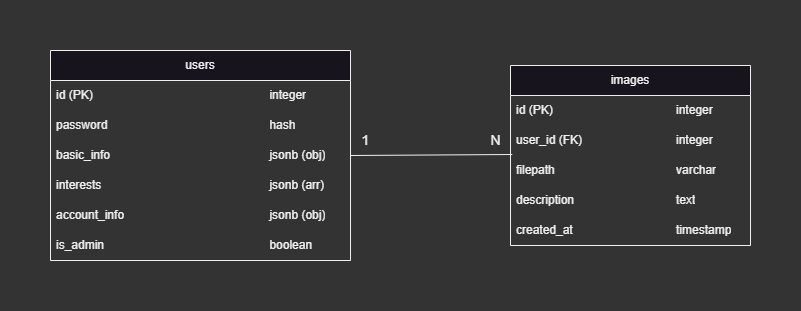
Earlier version of the draw.io export extras/dbSchema.png (FahadulShadhin/instalike-server). Source tidied: cells renumbered, new cells last; positions are measured from the earlier drawing's top-left corner, leaving out a move shared by most shapes.
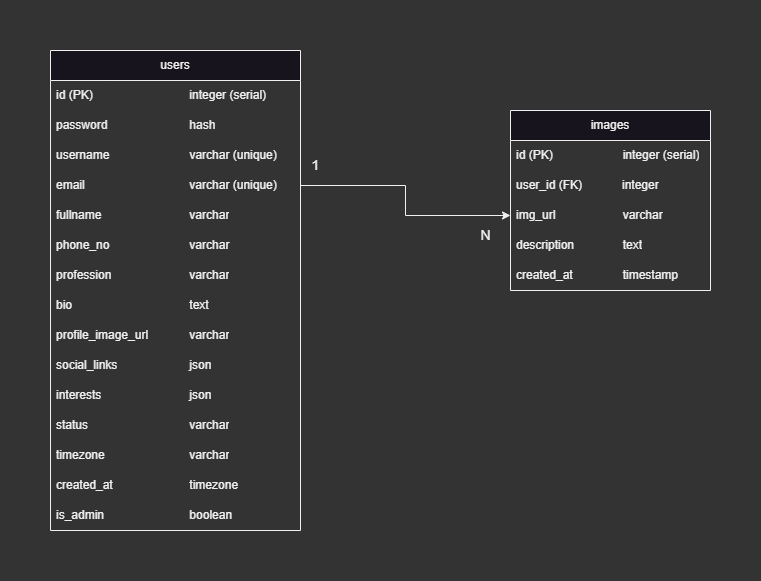
Above is the later version.

Diff of the diagram source:
```diff
@@ -3,52 +3,79 @@
     <mxCell id="0" />
     <mxCell id="1" parent="0" />
     <mxCell id="2" value="users" style="swimlane;fontStyle=0;horizontal=1;startSize=30;whiteSpace=wrap;html=1;" parent="1" vertex="1">
-      <mxGeometry width="300" height="210" as="geometry" />
+      <mxGeometry x="30" y="-40" width="250" height="480" as="geometry" />
     </mxCell>
-    <mxCell id="3" value="id (PK)&lt;span style=&quot;white-space: pre;&quot;&gt;&#9;&lt;/span&gt;&lt;span style=&quot;white-space: pre;&quot;&gt;&#9;&lt;/span&gt;&lt;span style=&quot;white-space: pre;&quot;&gt;&#9;&lt;/span&gt;&lt;span style=&quot;white-space: pre;&quot;&gt;&#9;&lt;/span&gt;&lt;span style=&quot;white-space: pre;&quot;&gt;&#9;&lt;/span&gt;&lt;span style=&quot;white-space: pre;&quot;&gt;&#9;&lt;/span&gt;&lt;span style=&quot;white-space: pre;&quot;&gt;&#9;&lt;/span&gt;integer" style="text;strokeColor=none;fillColor=none;align=left;verticalAlign=middle;spacingLeft=4;spacingRight=4;overflow=hidden;whiteSpace=wrap;html=1;" parent="2" vertex="1">
-      <mxGeometry y="30" width="300" height="30" as="geometry" />
+    <mxCell id="3" value="id (PK)&lt;span style=&quot;white-space: pre;&quot;&gt;&#9;&lt;/span&gt;&lt;span style=&quot;white-space: pre;&quot;&gt;&#9;&lt;/span&gt;&lt;span style=&quot;white-space: pre;&quot;&gt;&#9;&lt;/span&gt;&lt;span style=&quot;white-space: pre;&quot;&gt;&#9;&lt;/span&gt;integer (serial)" style="text;strokeColor=none;fillColor=none;align=left;verticalAlign=middle;spacingLeft=4;spacingRight=4;overflow=hidden;whiteSpace=wrap;html=1;" parent="2" vertex="1">
+      <mxGeometry y="30" width="250" height="30" as="geometry" />
     </mxCell>
-    <mxCell id="4" value="password&amp;nbsp;&lt;span style=&quot;white-space: pre;&quot;&gt;&#9;&lt;/span&gt;&lt;span style=&quot;white-space: pre;&quot;&gt;&#9;&lt;/span&gt;&lt;span style=&quot;white-space: pre;&quot;&gt;&#9;&lt;/span&gt;&lt;span style=&quot;white-space: pre;&quot;&gt;&#9;&lt;/span&gt;&lt;span style=&quot;white-space: pre;&quot;&gt;&#9;&lt;/span&gt;&lt;span style=&quot;white-space: pre;&quot;&gt;&#9;&lt;/span&gt;hash" style="text;strokeColor=none;fillColor=none;align=left;verticalAlign=middle;spacingLeft=4;spacingRight=4;overflow=hidden;whiteSpace=wrap;html=1;" parent="2" vertex="1">
-      <mxGeometry y="60" width="300" height="30" as="geometry" />
+    <mxCell id="4" value="password&amp;nbsp;&lt;span style=&quot;white-space: pre;&quot;&gt;&#9;&lt;/span&gt;&lt;span style=&quot;white-space: pre;&quot;&gt;&#9;&lt;/span&gt;&lt;span style=&quot;white-space: pre;&quot;&gt;&#9;&lt;/span&gt;hash" style="text;strokeColor=none;fillColor=none;align=left;verticalAlign=middle;spacingLeft=4;spacingRight=4;overflow=hidden;whiteSpace=wrap;html=1;" parent="2" vertex="1">
+      <mxGeometry y="60" width="250" height="30" as="geometry" />
     </mxCell>
-    <mxCell id="5" value="basic_info&amp;nbsp;&lt;span style=&quot;white-space: pre;&quot;&gt;&#9;&lt;/span&gt;&lt;span style=&quot;white-space: pre;&quot;&gt;&#9;&lt;/span&gt;&lt;span style=&quot;white-space: pre;&quot;&gt;&#9;&lt;/span&gt;&lt;span style=&quot;white-space: pre;&quot;&gt;&#9;&lt;/span&gt;&lt;span style=&quot;white-space: pre;&quot;&gt;&#9;&lt;/span&gt;&lt;span style=&quot;white-space: pre;&quot;&gt;&#9;&lt;/span&gt;jsonb (obj)" style="text;strokeColor=none;fillColor=none;align=left;verticalAlign=middle;spacingLeft=4;spacingRight=4;overflow=hidden;points=[[0,0.5],[1,0.5]];portConstraint=eastwest;whiteSpace=wrap;html=1;" parent="2" vertex="1">
-      <mxGeometry y="90" width="300" height="30" as="geometry" />
+    <mxCell id="5" value="username&amp;nbsp; &amp;nbsp; &amp;nbsp; &amp;nbsp; &amp;nbsp; &amp;nbsp; &amp;nbsp; &amp;nbsp; &amp;nbsp; &amp;nbsp; &amp;nbsp; &amp;nbsp; varchar (unique)" style="text;strokeColor=none;fillColor=none;align=left;verticalAlign=middle;spacingLeft=4;spacingRight=4;overflow=hidden;points=[[0,0.5],[1,0.5]];portConstraint=eastwest;whiteSpace=wrap;html=1;" parent="2" vertex="1">
+      <mxGeometry y="90" width="250" height="30" as="geometry" />
     </mxCell>
-    <mxCell id="6" value="interests&amp;nbsp;&lt;span style=&quot;&quot;&gt;&#9;&lt;span style=&quot;white-space: pre;&quot;&gt;&#9;&lt;/span&gt;&lt;span style=&quot;white-space: pre;&quot;&gt;&#9;&lt;/span&gt;&lt;span style=&quot;white-space: pre;&quot;&gt;&#9;&lt;/span&gt;&lt;span style=&quot;white-space: pre;&quot;&gt;&#9;&lt;/span&gt;&lt;span style=&quot;white-space: pre;&quot;&gt;&#9;&lt;/span&gt;&lt;span style=&quot;white-space: pre;&quot;&gt;&#9;&lt;/span&gt;&lt;/span&gt;jsonb (arr)" style="text;strokeColor=none;fillColor=none;align=left;verticalAlign=middle;spacingLeft=4;spacingRight=4;overflow=hidden;points=[[0,0.5],[1,0.5]];portConstraint=eastwest;whiteSpace=wrap;html=1;" parent="2" vertex="1">
-      <mxGeometry y="120" width="300" height="30" as="geometry" />
+    <mxCell id="6" value="email&amp;nbsp;&lt;span style=&quot;white-space: pre;&quot;&gt;&#9;&lt;/span&gt;&lt;span style=&quot;white-space: pre;&quot;&gt;&#9;&lt;/span&gt;&lt;span style=&quot;white-space: pre;&quot;&gt;&#9;&lt;/span&gt;&lt;span style=&quot;white-space: pre;&quot;&gt;&#9;&lt;/span&gt;varchar (unique)" style="text;strokeColor=none;fillColor=none;align=left;verticalAlign=middle;spacingLeft=4;spacingRight=4;overflow=hidden;points=[[0,0.5],[1,0.5]];portConstraint=eastwest;whiteSpace=wrap;html=1;" parent="2" vertex="1">
+      <mxGeometry y="120" width="250" height="30" as="geometry" />
     </mxCell>
-    <mxCell id="7" value="account_info &lt;span style=&quot;white-space: pre;&quot;&gt;&#9;&lt;/span&gt;&lt;span style=&quot;white-space: pre;&quot;&gt;&#9;&lt;/span&gt;&lt;span style=&quot;white-space: pre;&quot;&gt;&#9;&lt;/span&gt;&lt;span style=&quot;white-space: pre;&quot;&gt;&#9;&lt;/span&gt;&lt;span style=&quot;white-space: pre;&quot;&gt;&#9;&lt;/span&gt;&lt;span style=&quot;white-space: pre;&quot;&gt;&#9;&lt;/span&gt;jsonb (obj)" style="text;strokeColor=none;fillColor=none;align=left;verticalAlign=middle;spacingLeft=4;spacingRight=4;overflow=hidden;whiteSpace=wrap;html=1;" parent="2" vertex="1">
-      <mxGeometry y="150" width="300" height="30" as="geometry" />
+    <mxCell id="7" value="fullname&lt;span style=&quot;white-space: pre;&quot;&gt;&#9;&lt;/span&gt;&lt;span style=&quot;white-space: pre;&quot;&gt;&#9;&lt;/span&gt;&lt;span style=&quot;white-space: pre;&quot;&gt;&#9;&lt;/span&gt;&lt;span style=&quot;white-space: pre;&quot;&gt;&#9;&lt;/span&gt;varchar" style="text;strokeColor=none;fillColor=none;align=left;verticalAlign=middle;spacingLeft=4;spacingRight=4;overflow=hidden;whiteSpace=wrap;html=1;" parent="2" vertex="1">
+      <mxGeometry y="150" width="250" height="30" as="geometry" />
     </mxCell>
-    <mxCell id="8" value="is_admin&amp;nbsp;&lt;span style=&quot;white-space: pre;&quot;&gt;&#9;&lt;/span&gt;&lt;span style=&quot;white-space: pre;&quot;&gt;&#9;&lt;/span&gt;&lt;span style=&quot;white-space: pre;&quot;&gt;&#9;&lt;/span&gt;&lt;span style=&quot;white-space: pre;&quot;&gt;&#9;&lt;/span&gt;&lt;span style=&quot;white-space: pre;&quot;&gt;&#9;&lt;/span&gt;&lt;span style=&quot;white-space: pre;&quot;&gt;&#9;&lt;span style=&quot;white-space: pre;&quot;&gt;&#9;&lt;/span&gt;&lt;/span&gt;boolean" style="text;strokeColor=none;fillColor=none;align=left;verticalAlign=middle;spacingLeft=4;spacingRight=4;overflow=hidden;whiteSpace=wrap;html=1;" parent="2" vertex="1">
-      <mxGeometry y="180" width="300" height="30" as="geometry" />
+    <mxCell id="8" value="phone_no&lt;span style=&quot;white-space: pre;&quot;&gt;&#9;&lt;/span&gt;&lt;span style=&quot;white-space: pre;&quot;&gt;&#9;&lt;/span&gt;&lt;span style=&quot;white-space: pre;&quot;&gt;&#9;&lt;/span&gt;varchar&amp;nbsp;" style="text;strokeColor=none;fillColor=none;align=left;verticalAlign=middle;spacingLeft=4;spacingRight=4;overflow=hidden;whiteSpace=wrap;html=1;" parent="2" vertex="1">
+      <mxGeometry y="180" width="250" height="30" as="geometry" />
     </mxCell>
+    <mxCell id="18" value="profession&amp;nbsp;&lt;span style=&quot;white-space: pre;&quot;&gt;&#9;&lt;/span&gt;&lt;span style=&quot;white-space: pre;&quot;&gt;&#9;&lt;/span&gt;&lt;span style=&quot;white-space: pre;&quot;&gt;&#9;&lt;/span&gt;varchar" style="text;strokeColor=none;fillColor=none;align=left;verticalAlign=middle;spacingLeft=4;spacingRight=4;overflow=hidden;whiteSpace=wrap;html=1;" parent="2" vertex="1">
+      <mxGeometry y="210" width="250" height="30" as="geometry" />
+    </mxCell>
+    <mxCell id="19" value="bio&lt;span style=&quot;white-space: pre;&quot;&gt;&#9;&lt;/span&gt;&lt;span style=&quot;white-space: pre;&quot;&gt;&#9;&lt;/span&gt;&lt;span style=&quot;white-space: pre;&quot;&gt;&#9;&lt;/span&gt;&lt;span style=&quot;white-space: pre;&quot;&gt;&#9;&lt;/span&gt;&lt;span style=&quot;white-space: pre;&quot;&gt;&#9;&lt;/span&gt;text" style="text;strokeColor=none;fillColor=none;align=left;verticalAlign=middle;spacingLeft=4;spacingRight=4;overflow=hidden;whiteSpace=wrap;html=1;" parent="2" vertex="1">
+      <mxGeometry y="240" width="250" height="30" as="geometry" />
+    </mxCell>
+    <mxCell id="20" value="profile_image_url&lt;span style=&quot;white-space: pre;&quot;&gt;&#9;&lt;/span&gt;&lt;span style=&quot;white-space: pre;&quot;&gt;&#9;&lt;/span&gt;varchar" style="text;strokeColor=none;fillColor=none;align=left;verticalAlign=middle;spacingLeft=4;spacingRight=4;overflow=hidden;whiteSpace=wrap;html=1;" parent="2" vertex="1">
+      <mxGeometry y="270" width="250" height="30" as="geometry" />
+    </mxCell>
+    <mxCell id="21" value="social_links&lt;span style=&quot;white-space: pre;&quot;&gt;&#9;&lt;/span&gt;&lt;span style=&quot;white-space: pre;&quot;&gt;&#9;&lt;/span&gt;&lt;span style=&quot;white-space: pre;&quot;&gt;&#9;&lt;/span&gt;json" style="text;strokeColor=none;fillColor=none;align=left;verticalAlign=middle;spacingLeft=4;spacingRight=4;overflow=hidden;whiteSpace=wrap;html=1;" parent="2" vertex="1">
+      <mxGeometry y="300" width="250" height="30" as="geometry" />
+    </mxCell>
+    <mxCell id="22" value="interests&lt;span style=&quot;white-space: pre;&quot;&gt;&#9;&lt;/span&gt;&lt;span style=&quot;white-space: pre;&quot;&gt;&#9;&lt;/span&gt;&lt;span style=&quot;white-space: pre;&quot;&gt;&#9;&lt;/span&gt;&lt;span style=&quot;white-space: pre;&quot;&gt;&#9;&lt;/span&gt;json" style="text;strokeColor=none;fillColor=none;align=left;verticalAlign=middle;spacingLeft=4;spacingRight=4;overflow=hidden;whiteSpace=wrap;html=1;" parent="2" vertex="1">
+      <mxGeometry y="330" width="250" height="30" as="geometry" />
+    </mxCell>
+    <mxCell id="23" value="status&lt;span style=&quot;white-space: pre;&quot;&gt;&#9;&lt;/span&gt;&lt;span style=&quot;white-space: pre;&quot;&gt;&#9;&lt;/span&gt;&lt;span style=&quot;white-space: pre;&quot;&gt;&#9;&lt;/span&gt;&lt;span style=&quot;white-space: pre;&quot;&gt;&#9;&lt;/span&gt;varchar" style="text;strokeColor=none;fillColor=none;align=left;verticalAlign=middle;spacingLeft=4;spacingRight=4;overflow=hidden;whiteSpace=wrap;html=1;" parent="2" vertex="1">
+      <mxGeometry y="360" width="250" height="30" as="geometry" />
+    </mxCell>
+    <mxCell id="24" value="timezone&lt;span style=&quot;white-space: pre;&quot;&gt;&#9;&lt;/span&gt;&lt;span style=&quot;white-space: pre;&quot;&gt;&#9;&lt;/span&gt;&lt;span style=&quot;white-space: pre;&quot;&gt;&#9;&lt;/span&gt;&lt;span style=&quot;white-space: pre;&quot;&gt;&#9;&lt;/span&gt;varchar" style="text;strokeColor=none;fillColor=none;align=left;verticalAlign=middle;spacingLeft=4;spacingRight=4;overflow=hidden;whiteSpace=wrap;html=1;" parent="2" vertex="1">
+      <mxGeometry y="390" width="250" height="30" as="geometry" />
+    </mxCell>
+    <mxCell id="25" value="created_at&lt;span style=&quot;white-space: pre;&quot;&gt;&#9;&lt;/span&gt;&lt;span style=&quot;white-space: pre;&quot;&gt;&#9;&lt;/span&gt;&lt;span style=&quot;white-space: pre;&quot;&gt;&#9;&lt;/span&gt;timezone" style="text;strokeColor=none;fillColor=none;align=left;verticalAlign=middle;spacingLeft=4;spacingRight=4;overflow=hidden;whiteSpace=wrap;html=1;" parent="2" vertex="1">
+      <mxGeometry y="420" width="250" height="30" as="geometry" />
+    </mxCell>
+    <mxCell id="26" value="is_admin&amp;nbsp;&lt;span style=&quot;white-space: pre;&quot;&gt;&#9;&lt;/span&gt;&lt;span style=&quot;white-space: pre;&quot;&gt;&#9;&lt;/span&gt;&lt;span style=&quot;white-space: pre;&quot;&gt;&#9;&lt;/span&gt;&lt;span style=&quot;white-space: pre;&quot;&gt;&#9;&lt;/span&gt;boolean" style="text;strokeColor=none;fillColor=none;align=left;verticalAlign=middle;spacingLeft=4;spacingRight=4;overflow=hidden;whiteSpace=wrap;html=1;" parent="2" vertex="1">
+      <mxGeometry y="450" width="250" height="30" as="geometry" />
+    </mxCell>
     <mxCell id="9" value="images" style="swimlane;fontStyle=0;horizontal=1;startSize=30;whiteSpace=wrap;html=1;" parent="1" vertex="1">
-      <mxGeometry x="460" y="15" width="240" height="180" as="geometry" />
+      <mxGeometry x="490" y="20" width="200" height="180" as="geometry" />
     </mxCell>
-    <mxCell id="10" value="id (PK)&lt;span style=&quot;white-space: pre;&quot;&gt;&#9;&lt;/span&gt;&lt;span style=&quot;white-space: pre;&quot;&gt;&#9;&lt;/span&gt;&lt;span style=&quot;white-space: pre;&quot;&gt;&#9;&lt;/span&gt;&lt;span style=&quot;white-space: pre;&quot;&gt;&#9;&lt;/span&gt;&lt;span style=&quot;white-space: pre;&quot;&gt;&#9;&lt;/span&gt;integer" style="text;strokeColor=none;fillColor=none;align=left;verticalAlign=middle;spacingLeft=4;spacingRight=4;overflow=hidden;whiteSpace=wrap;html=1;" parent="9" vertex="1">
-      <mxGeometry y="30" width="240" height="30" as="geometry" />
+    <mxCell id="10" value="id (PK)&lt;span style=&quot;white-space: pre;&quot;&gt;&#9;&lt;/span&gt;&lt;span style=&quot;white-space: pre;&quot;&gt;&#9;&lt;/span&gt;&lt;span style=&quot;white-space: pre;&quot;&gt;&#9;&lt;/span&gt;integer (serial)" style="text;strokeColor=none;fillColor=none;align=left;verticalAlign=middle;spacingLeft=4;spacingRight=4;overflow=hidden;whiteSpace=wrap;html=1;" parent="9" vertex="1">
+      <mxGeometry y="30" width="200" height="30" as="geometry" />
     </mxCell>
-    <mxCell id="11" value="user_id (FK)&amp;nbsp; &amp;nbsp; &amp;nbsp; &amp;nbsp; &amp;nbsp; &amp;nbsp; &amp;nbsp;&lt;span style=&quot;white-space: pre;&quot;&gt;&#9;&lt;/span&gt;&lt;span style=&quot;white-space: pre;&quot;&gt;&#9;&lt;/span&gt;integer" style="text;strokeColor=none;fillColor=none;align=left;verticalAlign=middle;spacingLeft=4;spacingRight=4;overflow=hidden;whiteSpace=wrap;html=1;" parent="9" vertex="1">
-      <mxGeometry y="60" width="240" height="30" as="geometry" />
+    <mxCell id="11" value="user_id (FK)&amp;nbsp; &amp;nbsp; &amp;nbsp; &amp;nbsp; &amp;nbsp; &amp;nbsp; integer" style="text;strokeColor=none;fillColor=none;align=left;verticalAlign=middle;spacingLeft=4;spacingRight=4;overflow=hidden;whiteSpace=wrap;html=1;" parent="9" vertex="1">
+      <mxGeometry y="60" width="200" height="30" as="geometry" />
     </mxCell>
-    <mxCell id="12" value="filepath&lt;span style=&quot;white-space: pre;&quot;&gt;&#9;&lt;/span&gt;&lt;span style=&quot;white-space: pre;&quot;&gt;&#9;&lt;/span&gt;&lt;span style=&quot;white-space: pre;&quot;&gt;&#9;&lt;/span&gt;&lt;span style=&quot;white-space: pre;&quot;&gt;&#9;&lt;/span&gt;&lt;span style=&quot;white-space: pre;&quot;&gt;&#9;&lt;/span&gt;varchar" style="text;strokeColor=none;fillColor=none;align=left;verticalAlign=middle;spacingLeft=4;spacingRight=4;overflow=hidden;points=[[0,0.5],[1,0.5]];portConstraint=eastwest;whiteSpace=wrap;html=1;" parent="9" vertex="1">
-      <mxGeometry y="90" width="240" height="30" as="geometry" />
+    <mxCell id="12" value="img_url&lt;span style=&quot;white-space: pre;&quot;&gt;&#9;&lt;/span&gt;&lt;span style=&quot;white-space: pre;&quot;&gt;&#9;&lt;/span&gt;&lt;span style=&quot;white-space: pre;&quot;&gt;&#9;&lt;/span&gt;varchar" style="text;strokeColor=none;fillColor=none;align=left;verticalAlign=middle;spacingLeft=4;spacingRight=4;overflow=hidden;points=[[0,0.5],[1,0.5]];portConstraint=eastwest;whiteSpace=wrap;html=1;" parent="9" vertex="1">
+      <mxGeometry y="90" width="200" height="30" as="geometry" />
     </mxCell>
-    <mxCell id="13" value="description&lt;span style=&quot;white-space: pre;&quot;&gt;&#9;&lt;/span&gt;&lt;span style=&quot;white-space: pre;&quot;&gt;&#9;&lt;/span&gt;&lt;span style=&quot;white-space: pre;&quot;&gt;&#9;&lt;/span&gt;&lt;span style=&quot;white-space: pre;&quot;&gt;&#9;&lt;/span&gt;text" style="text;strokeColor=none;fillColor=none;align=left;verticalAlign=middle;spacingLeft=4;spacingRight=4;overflow=hidden;whiteSpace=wrap;html=1;" parent="9" vertex="1">
-      <mxGeometry y="120" width="240" height="30" as="geometry" />
+    <mxCell id="13" value="description&lt;span style=&quot;white-space: pre;&quot;&gt;&#9;&lt;/span&gt;&lt;span style=&quot;white-space: pre;&quot;&gt;&#9;&lt;/span&gt;text" style="text;strokeColor=none;fillColor=none;align=left;verticalAlign=middle;spacingLeft=4;spacingRight=4;overflow=hidden;whiteSpace=wrap;html=1;" parent="9" vertex="1">
+      <mxGeometry y="120" width="200" height="30" as="geometry" />
     </mxCell>
-    <mxCell id="14" value="created_at&lt;span style=&quot;white-space: pre;&quot;&gt;&#9;&lt;/span&gt;&lt;span style=&quot;white-space: pre;&quot;&gt;&#9;&lt;/span&gt;&lt;span style=&quot;white-space: pre;&quot;&gt;&#9;&lt;/span&gt;&lt;span style=&quot;white-space: pre;&quot;&gt;&#9;&lt;/span&gt;timestamp" style="text;strokeColor=none;fillColor=none;align=left;verticalAlign=middle;spacingLeft=4;spacingRight=4;overflow=hidden;whiteSpace=wrap;html=1;" parent="9" vertex="1">
-      <mxGeometry y="150" width="240" height="30" as="geometry" />
+    <mxCell id="14" value="created_at&lt;span style=&quot;white-space: pre;&quot;&gt;&#9;&lt;/span&gt;&lt;span style=&quot;white-space: pre;&quot;&gt;&#9;&lt;/span&gt;timestamp" style="text;strokeColor=none;fillColor=none;align=left;verticalAlign=middle;spacingLeft=4;spacingRight=4;overflow=hidden;whiteSpace=wrap;html=1;" parent="9" vertex="1">
+      <mxGeometry y="150" width="200" height="30" as="geometry" />
     </mxCell>
-    <mxCell id="15" style="endArrow=none;html=1;exitX=1;exitY=0.5;exitDx=0;exitDy=0;entryX=1.06;entryY=0.967;entryDx=0;entryDy=0;entryPerimeter=0;" parent="1" edge="1" source="5" target="17">
-      <mxGeometry relative="1" as="geometry" />
-    </mxCell>
     <mxCell id="16" value="&lt;font style=&quot;font-size: 14px;&quot;&gt;1&lt;/font&gt;" style="text;html=1;align=center;verticalAlign=middle;strokeColor=none;fillColor=none;" parent="1" vertex="1">
-      <mxGeometry x="300" y="75" width="30" height="30" as="geometry" />
+      <mxGeometry x="280" y="60" width="30" height="30" as="geometry" />
     </mxCell>
     <mxCell id="17" value="&lt;font style=&quot;font-size: 14px;&quot;&gt;N&lt;/font&gt;" style="text;html=1;align=center;verticalAlign=middle;points=[];strokeColor=none;fillColor=none;" parent="1" vertex="1">
-      <mxGeometry x="430" y="75" width="30" height="30" as="geometry" />
+      <mxGeometry x="450" y="130" width="30" height="30" as="geometry" />
     </mxCell>
+    <mxCell id="27" style="edgeStyle=orthogonalEdgeStyle;rounded=0;jettySize=auto;html=1;exitX=1;exitY=0.5;exitDx=0;exitDy=0;entryX=0;entryY=0.5;entryDx=0;entryDy=0;" parent="1" edge="1" source="6" target="12">
+      <mxGeometry relative="1" as="geometry" />
+    </mxCell>
   </root>
 </mxGraphModel>
```
